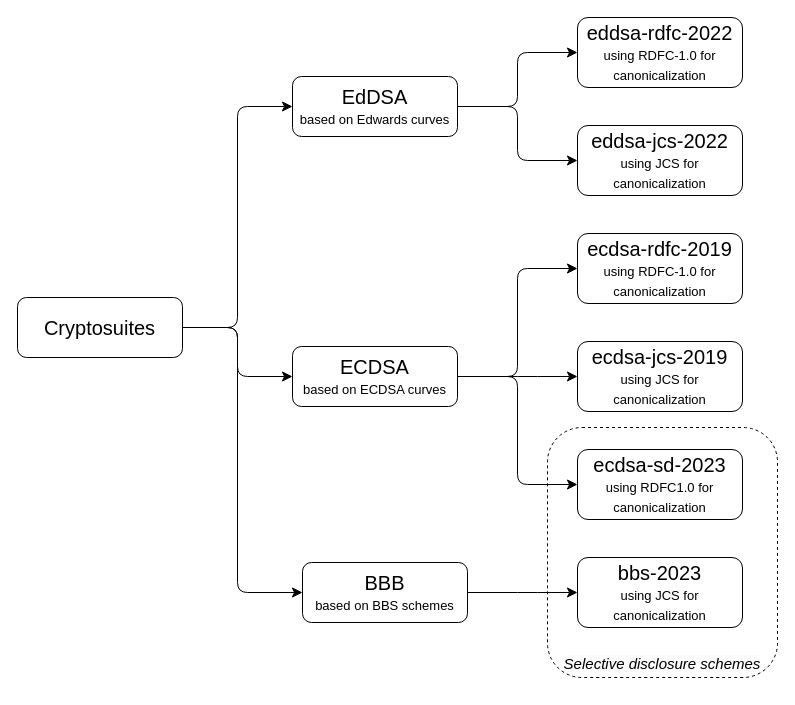
Earlier version of the draw.io diagram diagrams/cryptosuites.drawio (w3c/vc-overview). Source tidied: cells renumbered, new cells numbered last; positions are measured from the earlier drawing's top-left corner, leaving out a move shared by most shapes. Both pictures are drawn from the tidied source at 100%, with x=0, y=0 at pixel (17, 17).
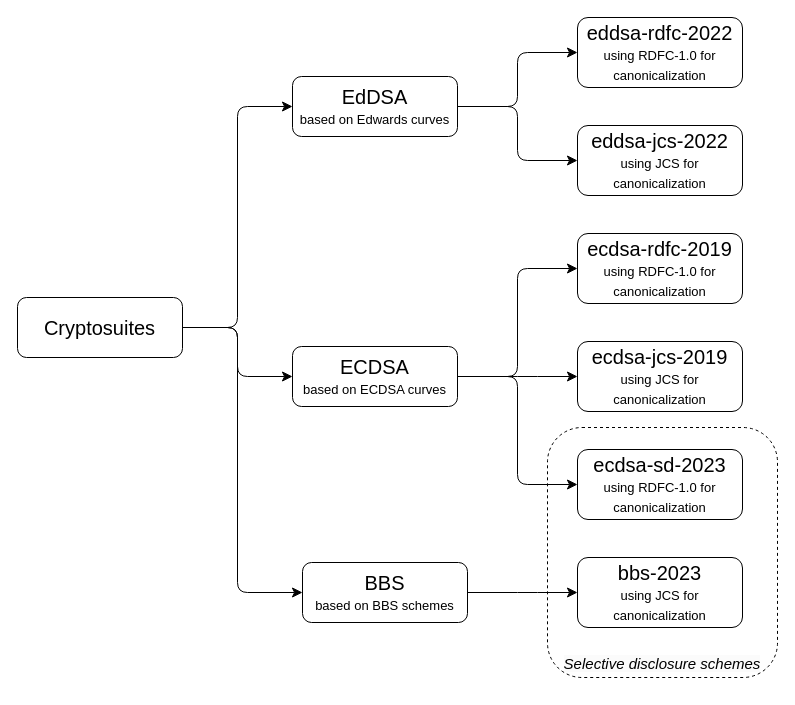
After the change.

Commit message (it also covers changes not shown here):
Fix cryptosuite diagram typos.

- "BBB" -> "BBS"
- "RDFC1.0" -> "RDFC-1.0"

The edit, as a diff of the source:
```diff
@@
-    <mxCell id="6" value="&lt;div&gt;&lt;span style=&quot;background-color: initial; font-size: 20px;&quot;&gt;BBB&lt;/span&gt;&lt;/div&gt;&lt;div&gt;&lt;span style=&quot;background-color: initial; font-size: 13px;&quot;&gt;based on BBS schemes&lt;/span&gt;&lt;/div&gt;" style="rounded=1;whiteSpace=wrap;html=1;fontSize=16;labelBackgroundColor=none;fillColor=none;" parent="1" vertex="1">
+    <mxCell id="6" value="&lt;div&gt;&lt;span style=&quot;background-color: initial; font-size: 20px;&quot;&gt;BBS&lt;/span&gt;&lt;/div&gt;&lt;div&gt;&lt;span style=&quot;background-color: initial; font-size: 13px;&quot;&gt;based on BBS schemes&lt;/span&gt;&lt;/div&gt;" style="rounded=1;whiteSpace=wrap;html=1;fontSize=16;labelBackgroundColor=none;fillColor=none;" parent="1" vertex="1">
       <mxGeometry x="285" y="545" width="165" height="60" as="geometry" />
     </mxCell>
@@
-    <mxCell id="12" value="&lt;div&gt;&lt;span style=&quot;background-color: initial; font-size: 20px;&quot;&gt;ecdsa-sd-2023&lt;/span&gt;&lt;/div&gt;&lt;div&gt;&lt;span style=&quot;font-size: 13px; background-color: initial;&quot;&gt;using RDFC1.0 for canonicalization&lt;/span&gt;&lt;/div&gt;" style="rounded=1;whiteSpace=wrap;html=1;fontSize=16;labelBackgroundColor=none;fillColor=none;flipV=1;" parent="1" vertex="1">
+    <mxCell id="12" value="&lt;div&gt;&lt;span style=&quot;background-color: initial; font-size: 20px;&quot;&gt;ecdsa-sd-2023&lt;/span&gt;&lt;/div&gt;&lt;div&gt;&lt;span style=&quot;font-size: 13px; background-color: initial;&quot;&gt;using RDFC-1.0 for canonicalization&lt;/span&gt;&lt;/div&gt;" style="rounded=1;whiteSpace=wrap;html=1;fontSize=16;labelBackgroundColor=none;fillColor=none;flipV=1;" parent="1" vertex="1">
       <mxGeometry x="560" y="432" width="165" height="70" as="geometry" />
     </mxCell>
```
